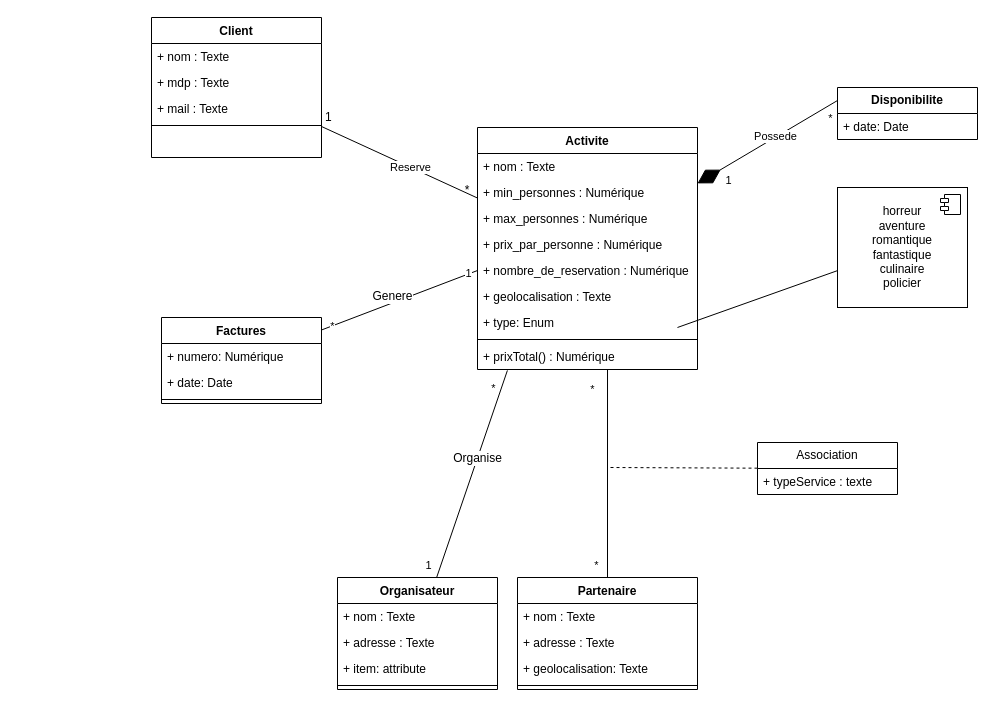
Earlier version of the draw.io diagram mystifolie_MLD_MCD.drawio (Jeremy-Cloarec/back-mystifolie). Source tidied: cells renumbered, new cells numbered last; positions are measured from the earlier drawing's top-left corner, leaving out a move shared by most shapes. Both pictures are drawn from the tidied source at 100%, with x=0, y=0 at pixel (151, 17).
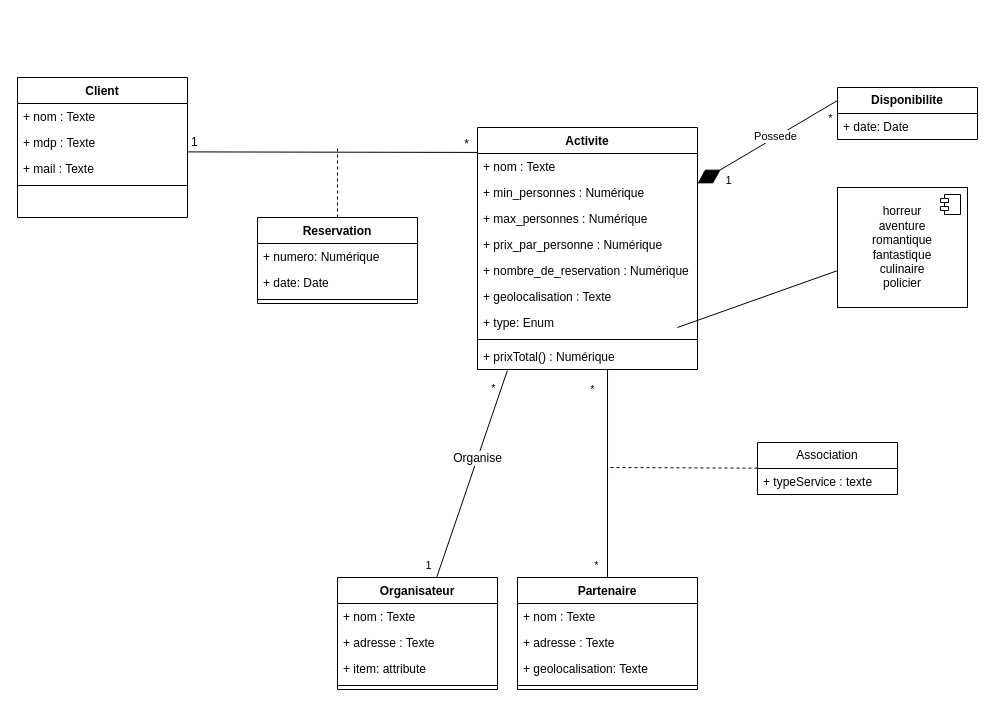
The same page after the edit.

Unchanged cells that the change refers to:
```xml
<mxCell id="29" value="Activite" style="swimlane;fontStyle=1;align=center;verticalAlign=top;horizontal=1;startSize=26;rounded=0;shadow=0;strokeWidth=1;" parent="1" vertex="1">
  <mxGeometry x="326" y="110" width="220" height="242" as="geometry" />
</mxCell>
<mxCell id="34" value="+ nombre_de_reservation : Numérique" style="text;align=left;verticalAlign=top;spacingLeft=4;spacingRight=4;overflow=hidden;points=[[0,0.5],[1,0.5]];portConstraint=eastwest;rounded=0;shadow=0;html=0;" parent="29" vertex="1">
  <mxGeometry y="130" width="220" height="26" as="geometry" />
</mxCell>
```

The edit, as a diff of the source:
```diff
@@
     <mxCell id="7" value="Client" style="swimlane;fontStyle=1;align=center;verticalAlign=top;horizontal=1;startSize=26;rounded=0;shadow=0;strokeWidth=1;" parent="1" vertex="1">
-      <mxGeometry width="170" height="140" as="geometry" />
+      <mxGeometry x="-134" y="60" width="170" height="140" as="geometry" />
     </mxCell>
@@
-    <mxCell id="12" value="Factures" style="swimlane;fontStyle=1;align=center;verticalAlign=top;horizontal=1;startSize=26;rounded=0;shadow=0;strokeWidth=1;" parent="1" vertex="1">
-      <mxGeometry x="10" y="300" width="160" height="86" as="geometry" />
+    <mxCell id="12" value="Reservation" style="swimlane;fontStyle=1;align=center;verticalAlign=top;horizontal=1;startSize=26;rounded=0;shadow=0;strokeWidth=1;" parent="1" vertex="1">
+      <mxGeometry x="106" y="200" width="160" height="86" as="geometry" />
     </mxCell>
@@
-    <mxCell id="16" style="endArrow=none;endSize=10;endFill=0;shadow=0;strokeWidth=1;rounded=0;elbow=vertical;strokeColor=default;entryX=0;entryY=0.5;entryDx=0;entryDy=0;" parent="1" edge="1" source="12" target="34">
-      <mxGeometry relative="1" as="geometry" />
+    <mxCell id="16" style="endArrow=none;endSize=10;endFill=0;shadow=0;strokeWidth=1;rounded=0;elbow=vertical;strokeColor=default;dashed=1;" parent="1" edge="1" source="12">
+      <mxGeometry relative="1" as="geometry">
+        <mxPoint x="186" y="130" as="targetPoint" />
+      </mxGeometry>
     </mxCell>
-    <mxCell id="17" value="Genere" style="edgeLabel;html=1;align=center;verticalAlign=middle;fontSize=12;" parent="16" vertex="1">
-      <mxGeometry x="-0.1" y="-2" relative="1" as="geometry">
-        <mxPoint y="-9" as="offset" />
-      </mxGeometry>
-    </mxCell>
-    <mxCell id="18" value="*" style="edgeLabel;html=1;align=center;verticalAlign=middle;" parent="16" vertex="1">
-      <mxGeometry x="-0.81" y="1" relative="1" as="geometry">
-        <mxPoint x="-4" y="3" as="offset" />
-      </mxGeometry>
-    </mxCell>
-    <mxCell id="19" value="1" style="edgeLabel;html=1;align=center;verticalAlign=middle;" parent="16" vertex="1">
-      <mxGeometry x="0.81" y="-1" relative="1" as="geometry">
-        <mxPoint x="5" y="-4" as="offset" />
-      </mxGeometry>
-    </mxCell>
@@
-    <mxCell id="39" style="endArrow=none;shadow=0;strokeWidth=1;rounded=0;endFill=0;elbow=vertical;" parent="1" edge="1" source="7" target="29">
+    <mxCell id="39" style="endArrow=none;shadow=0;strokeWidth=1;rounded=0;endFill=0;elbow=vertical;entryX=-0.002;entryY=0.103;entryDx=0;entryDy=0;entryPerimeter=0;" parent="1" edge="1" target="29">
       <mxGeometry x="0.5" y="41" relative="1" as="geometry">
+        <mxPoint x="36" y="134.4" as="sourcePoint" />
         <mxPoint x="-40" y="32" as="offset" />
       </mxGeometry>
     </mxCell>
@@
-    <mxCell id="42" value="Reserve" style="edgeLabel;html=1;align=center;verticalAlign=middle;" parent="39" vertex="1">
-      <mxGeometry x="0.13" relative="1" as="geometry" />
-    </mxCell>
```
